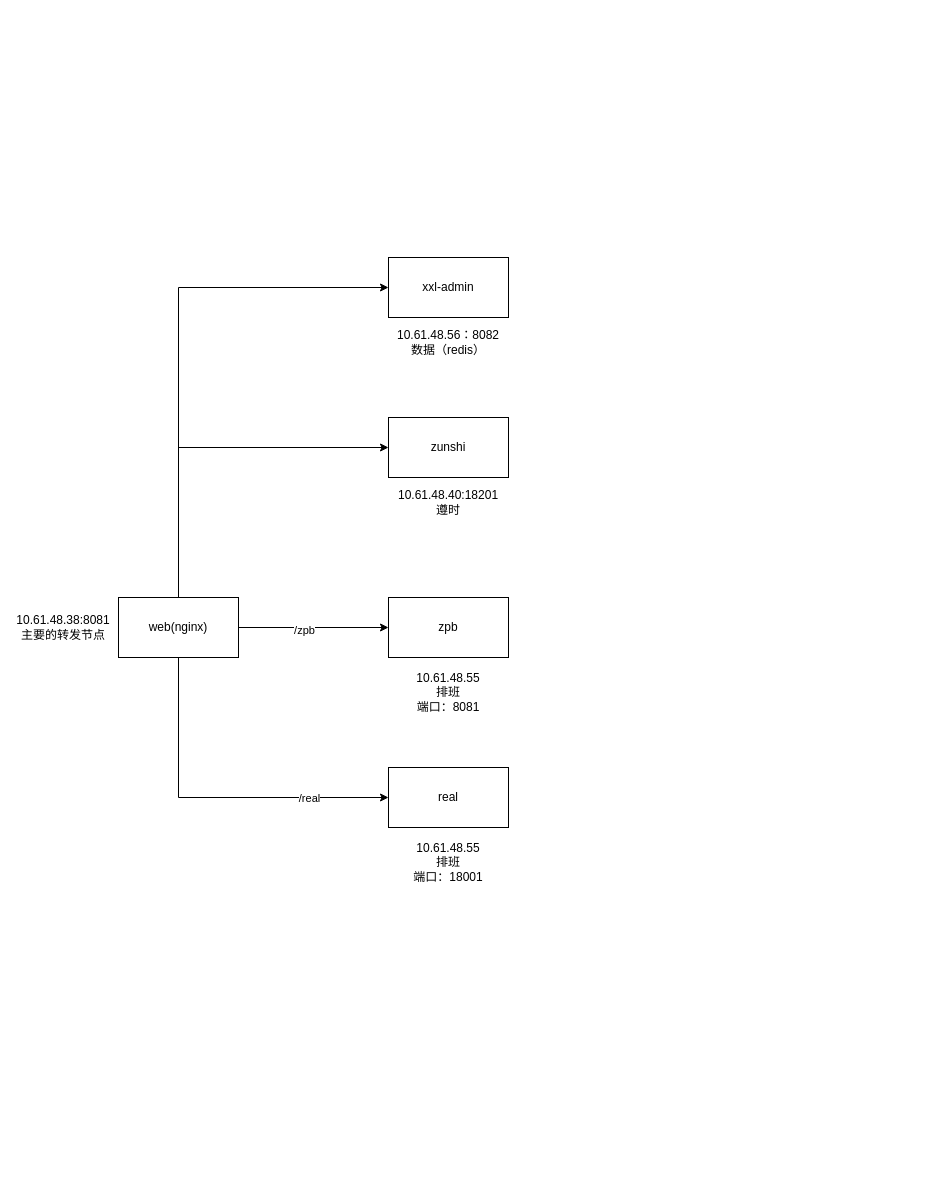
Above: 未命名绘图.drawio in TotoTomatos/myDiagrams (draw.io), before the change. Source tidied: cells renumbered, new cells numbered last; positions are measured from the earlier drawing's top-left corner, leaving out a move shared by most shapes. Both pictures are drawn from the tidied source at 100%, with x=0, y=0 at pixel (18, 257).
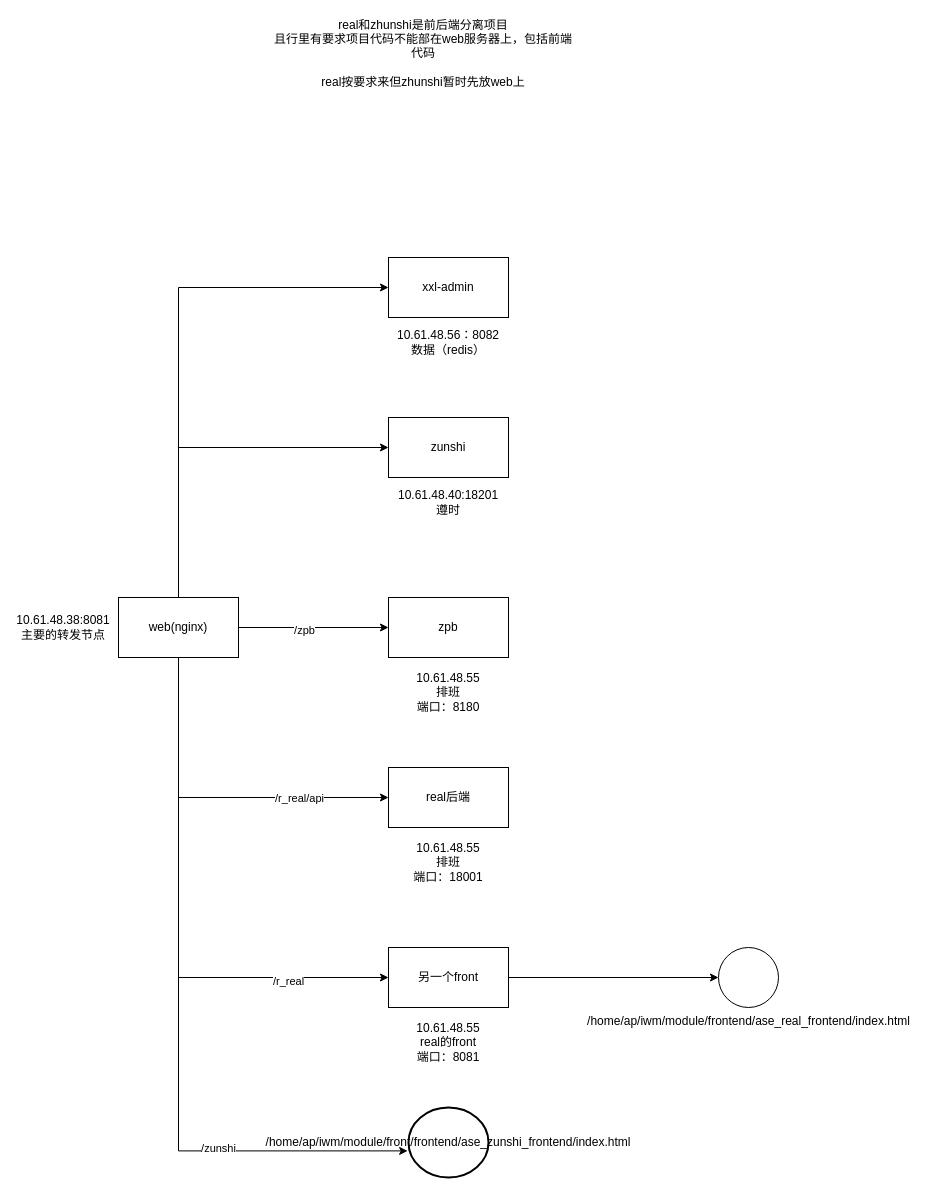
The same page after the edit.

Commit message:
更新未命名绘图.drawio

Unchanged cells that the change refers to:
```xml
<mxCell id="4" style="edgeStyle=orthogonalEdgeStyle;rounded=0;jettySize=auto;html=1;" parent="1" edge="1" source="8" target="10">
  <mxGeometry relative="1" as="geometry">
    <Array as="points">
      <mxPoint x="160" y="540" />
    </Array>
  </mxGeometry>
</mxCell>
<mxCell id="8" value="web(nginx)" style="rounded=0;whiteSpace=wrap;html=1;" parent="1" vertex="1">
  <mxGeometry x="100" y="340" width="120" height="60" as="geometry" />
</mxCell>
```

The edit, as a diff of the source:
```diff
@@
-    <mxCell id="5" value="/real" style="edgeLabel;html=1;align=center;verticalAlign=middle;" parent="4" vertex="1">
+    <mxCell id="5" value="/r_real/api" style="edgeLabel;html=1;align=center;verticalAlign=middle;" parent="4" vertex="1">
       <mxGeometry x="0.57" y="-2" relative="1" as="geometry">
-        <mxPoint x="-5" y="-2" as="offset" />
+        <mxPoint x="-15" y="-2" as="offset" />
       </mxGeometry>
     </mxCell>
@@
+    <mxCell id="18" style="edgeStyle=orthogonalEdgeStyle;rounded=0;jettySize=auto;html=1;entryX=0;entryY=0.5;entryDx=0;entryDy=0;" parent="1" edge="1" source="8" target="21">
+      <mxGeometry relative="1" as="geometry">
+        <Array as="points">
+          <mxPoint x="160" y="720" />
+        </Array>
+      </mxGeometry>
+    </mxCell>
+    <mxCell id="19" value="/r_real" style="edgeLabel;html=1;align=center;verticalAlign=middle;" parent="18" vertex="1">
+      <mxGeometry x="0.62" y="-3" relative="1" as="geometry" />
+    </mxCell>
@@
-    <mxCell id="10" value="real" style="rounded=0;whiteSpace=wrap;html=1;" parent="1" vertex="1">
+    <mxCell id="10" value="real后端" style="rounded=0;whiteSpace=wrap;html=1;" parent="1" vertex="1">
       <mxGeometry x="370" y="510" width="120" height="60" as="geometry" />
     </mxCell>
@@
-    <mxCell id="12" value="10.61.48.55&lt;div&gt;排班&lt;/div&gt;&lt;div&gt;端口：8081&lt;/div&gt;" style="text;html=1;align=center;verticalAlign=middle;whiteSpace=wrap;rounded=0;" parent="1" vertex="1">
+    <mxCell id="12" value="10.61.48.55&lt;div&gt;排班&lt;/div&gt;&lt;div&gt;端口：8180&lt;/div&gt;" style="text;html=1;align=center;verticalAlign=middle;whiteSpace=wrap;rounded=0;" parent="1" vertex="1">
       <mxGeometry x="400" y="420" width="60" height="30" as="geometry" />
     </mxCell>
@@
+    <mxCell id="20" style="edgeStyle=orthogonalEdgeStyle;rounded=0;jettySize=auto;html=1;exitX=1;exitY=0.5;exitDx=0;exitDy=0;entryX=0;entryY=0.5;entryDx=0;entryDy=0;entryPerimeter=0;" parent="1" edge="1" source="21" target="24">
+      <mxGeometry relative="1" as="geometry" />
+    </mxCell>
+    <mxCell id="21" value="另一个front" style="rounded=0;whiteSpace=wrap;html=1;" parent="1" vertex="1">
+      <mxGeometry x="370" y="690" width="120" height="60" as="geometry" />
+    </mxCell>
+    <mxCell id="22" value="real和zhunshi是前后端分离项目&lt;br&gt;且行里有要求项目代码不能部在web服务器上，包括前端代码&lt;div&gt;&lt;br&gt;&lt;/div&gt;&lt;div&gt;real按要求来但zhunshi暂时先放web上&lt;/div&gt;" style="text;html=1;align=center;verticalAlign=middle;whiteSpace=wrap;rounded=0;" parent="1" vertex="1">
+      <mxGeometry x="250" y="-219" width="310" height="29" as="geometry" />
+    </mxCell>
+    <mxCell id="23" value="10.61.48.55&lt;div&gt;real的front&lt;/div&gt;&lt;div&gt;端口：8081&lt;/div&gt;" style="text;html=1;align=center;verticalAlign=middle;whiteSpace=wrap;rounded=0;" parent="1" vertex="1">
+      <mxGeometry x="400" y="770" width="60" height="30" as="geometry" />
+    </mxCell>
+    <mxCell id="24" value="/home/ap/iwm/module/frontend/ase_real_frontend/index.html" style="verticalLabelPosition=bottom;verticalAlign=top;html=1;shape=mxgraph.flowchart.on-page_reference;" parent="1" vertex="1">
+      <mxGeometry x="700" y="690" width="60" height="60" as="geometry" />
+    </mxCell>
+    <mxCell id="25" value="/home/ap/iwm/module/front/frontend/ase_zunshi_frontend/index.html" style="strokeWidth=2;html=1;shape=mxgraph.flowchart.start_2;whiteSpace=wrap;" parent="1" vertex="1">
+      <mxGeometry x="390" y="850" width="80" height="70" as="geometry" />
+    </mxCell>
+    <mxCell id="26" style="edgeStyle=orthogonalEdgeStyle;rounded=0;jettySize=auto;html=1;entryX=-0.011;entryY=0.62;entryDx=0;entryDy=0;entryPerimeter=0;" parent="1" edge="1" source="8" target="25">
+      <mxGeometry relative="1" as="geometry">
+        <Array as="points">
+          <mxPoint x="160" y="893" />
+        </Array>
+      </mxGeometry>
+    </mxCell>
+    <mxCell id="27" value="/zunshi" style="edgeLabel;html=1;align=center;verticalAlign=middle;" parent="26" vertex="1">
+      <mxGeometry x="0.67" relative="1" as="geometry">
+        <mxPoint x="-70" y="-3" as="offset" />
+      </mxGeometry>
+    </mxCell>
```
